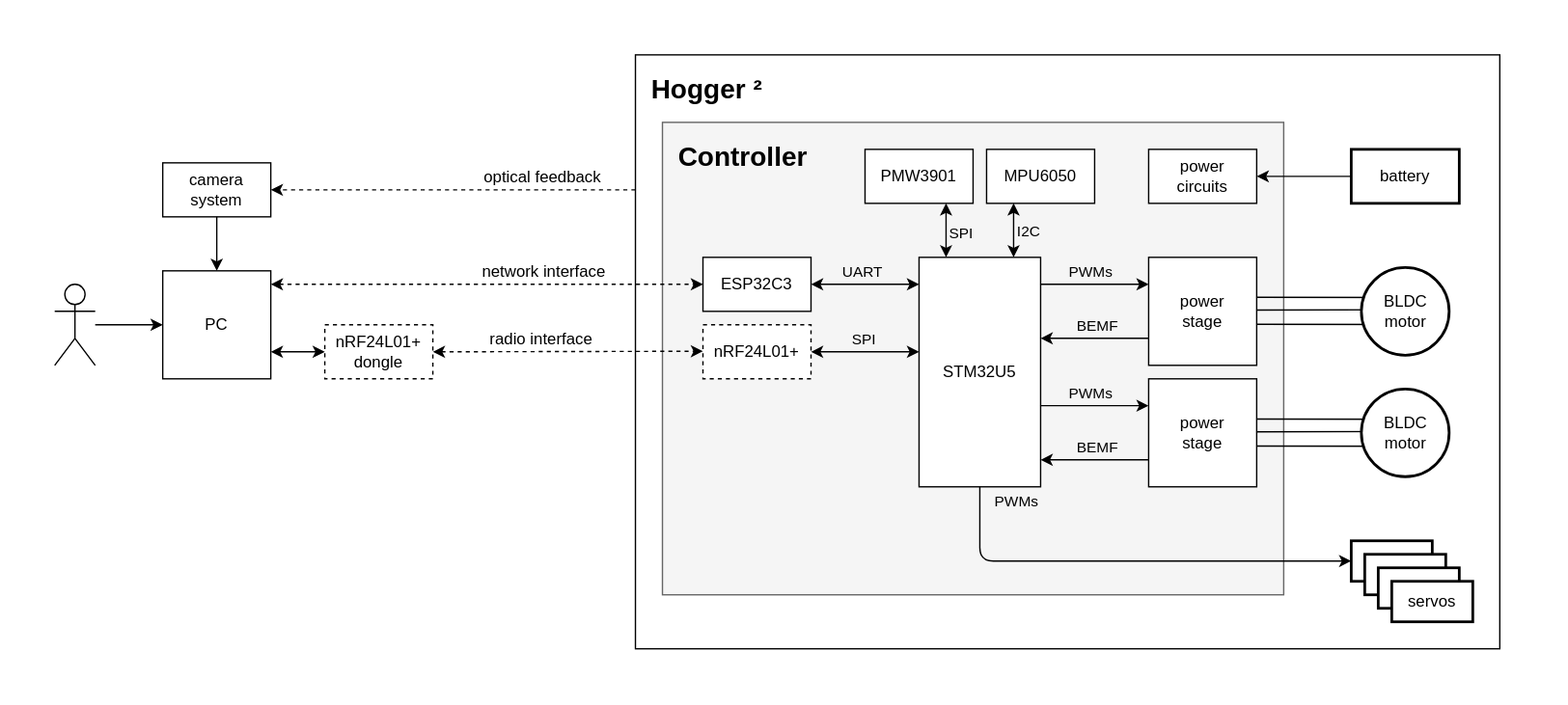
Above: architecture.drawio.svg in Eryk-Mozdzen/hogger2 (draw.io), before the change. Source tidied: cells renumbered, new cells last; positions are measured from the earlier drawing's top-left corner, leaving out a move shared by most shapes.
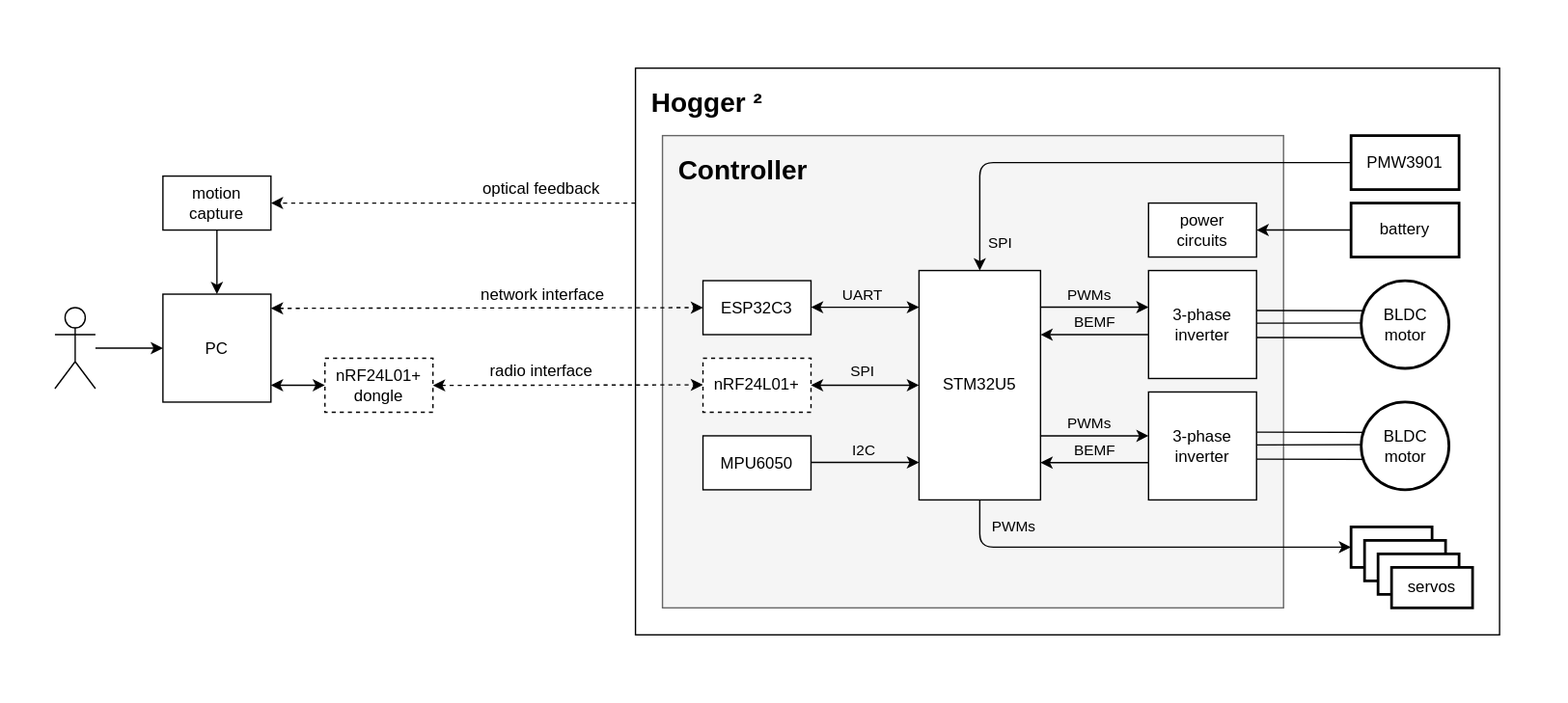
After the commit.

Diff of the diagram source:
```diff
@@ -3,10 +3,10 @@
     <mxCell id="0" />
     <mxCell id="1" parent="0" />
     <mxCell id="2" style="rounded=0;whiteSpace=wrap;html=1;strokeColor=none;" parent="1" vertex="1">
-      <mxGeometry width="1160" height="520" as="geometry" />
+      <mxGeometry y="-10" width="1160" height="520" as="geometry" />
     </mxCell>
     <mxCell id="3" style="rounded=0;whiteSpace=wrap;html=1;labelBackgroundColor=none;strokeWidth=1;fontSize=20;" parent="1" vertex="1">
-      <mxGeometry x="470" y="40" width="640" height="440" as="geometry" />
+      <mxGeometry x="470" y="40" width="640" height="420" as="geometry" />
     </mxCell>
     <mxCell id="4" style="rounded=0;whiteSpace=wrap;html=1;strokeWidth=1;fillColor=#f5f5f5;fontColor=#333333;strokeColor=#666666;" parent="1" vertex="1">
       <mxGeometry x="490" y="90" width="460" height="350" as="geometry" />
@@ -15,14 +15,15 @@
       <mxGeometry x="680" y="190" width="90" height="170" as="geometry" />
     </mxCell>
     <mxCell id="6" value="ESP32C3" style="rounded=0;whiteSpace=wrap;html=1;" parent="1" vertex="1">
-      <mxGeometry x="520" y="190" width="80" height="40" as="geometry" />
+      <mxGeometry x="520" y="197.5" width="80" height="40" as="geometry" />
     </mxCell>
     <mxCell id="7" value="nRF24L01+" style="rounded=0;whiteSpace=wrap;html=1;dashed=1;" parent="1" vertex="1">
-      <mxGeometry x="520" y="240" width="80" height="40" as="geometry" />
+      <mxGeometry x="520" y="255" width="80" height="40" as="geometry" />
     </mxCell>
-    <mxCell id="8" style="endArrow=classic;startArrow=classic;html=1;exitX=1;exitY=0.5;exitDx=0;exitDy=0;" parent="1" edge="1" source="6">
+    <mxCell id="8" style="endArrow=classic;startArrow=classic;html=1;" parent="1" edge="1">
       <mxGeometry relative="1" as="geometry">
-        <mxPoint x="680" y="210" as="targetPoint" />
+        <mxPoint x="600" y="217.2" as="sourcePoint" />
+        <mxPoint x="680" y="217.2" as="targetPoint" />
       </mxGeometry>
     </mxCell>
     <mxCell id="9" value="UART" style="edgeLabel;html=1;align=center;verticalAlign=middle;labelBackgroundColor=none;" parent="8" vertex="1">
@@ -30,10 +31,8 @@
         <mxPoint x="9" y="-9" as="offset" />
       </mxGeometry>
     </mxCell>
-    <mxCell id="10" style="endArrow=classic;startArrow=classic;html=1;exitX=1;exitY=0.5;exitDx=0;exitDy=0;" parent="1" edge="1" source="7">
-      <mxGeometry relative="1" as="geometry">
-        <mxPoint x="680" y="260" as="targetPoint" />
-      </mxGeometry>
+    <mxCell id="10" style="endArrow=classic;startArrow=classic;html=1;exitX=1;exitY=0.5;exitDx=0;exitDy=0;entryX=0;entryY=0.5;entryDx=0;entryDy=0;" parent="1" edge="1" source="7" target="5">
+      <mxGeometry relative="1" as="geometry" />
     </mxCell>
     <mxCell id="11" value="SPI" style="edgeLabel;html=1;align=center;verticalAlign=middle;labelBackgroundColor=none;" parent="10" vertex="1">
       <mxGeometry x="-0.27" relative="1" as="geometry">
@@ -41,17 +40,17 @@
       </mxGeometry>
     </mxCell>
     <mxCell id="12" style="shape=umlActor;verticalLabelPosition=bottom;verticalAlign=top;html=1;outlineConnect=0;" parent="1" vertex="1">
-      <mxGeometry x="40" y="210" width="30" height="60" as="geometry" />
+      <mxGeometry x="40" y="217.5" width="30" height="60" as="geometry" />
     </mxCell>
     <mxCell id="13" value="PC" style="rounded=0;whiteSpace=wrap;html=1;" parent="1" vertex="1">
-      <mxGeometry x="120" y="200" width="80" height="80" as="geometry" />
+      <mxGeometry x="120" y="207.5" width="80" height="80" as="geometry" />
     </mxCell>
     <mxCell id="14" style="endArrow=classic;startArrow=none;html=1;entryX=0;entryY=0.5;entryDx=0;entryDy=0;startFill=0;" parent="1" edge="1" source="12" target="13">
       <mxGeometry relative="1" as="geometry" />
     </mxCell>
     <mxCell id="15" style="endArrow=classic;startArrow=classic;html=1;dashed=1;entryX=0;entryY=0.5;entryDx=0;entryDy=0;" parent="1" edge="1" target="6">
       <mxGeometry relative="1" as="geometry">
-        <mxPoint x="200" y="210" as="sourcePoint" />
+        <mxPoint x="200" y="218" as="sourcePoint" />
       </mxGeometry>
     </mxCell>
     <mxCell id="16" value="network interface" style="edgeLabel;html=1;align=center;verticalAlign=middle;fontSize=12;" parent="15" vertex="1">
@@ -60,43 +59,44 @@
       </mxGeometry>
     </mxCell>
     <mxCell id="17" value="MPU6050" style="rounded=0;whiteSpace=wrap;html=1;" parent="1" vertex="1">
-      <mxGeometry x="730" y="110" width="80" height="40" as="geometry" />
+      <mxGeometry x="520" y="312.5" width="80" height="40" as="geometry" />
     </mxCell>
-    <mxCell id="18" value="PMW3901" style="rounded=0;whiteSpace=wrap;html=1;" parent="1" vertex="1">
-      <mxGeometry x="640" y="110" width="80" height="40" as="geometry" />
+    <mxCell id="18" value="PMW3901" style="rounded=0;whiteSpace=wrap;html=1;strokeWidth=2;" parent="1" vertex="1">
+      <mxGeometry x="1000" y="90" width="80" height="40" as="geometry" />
     </mxCell>
-    <mxCell id="19" style="endArrow=classic;startArrow=classic;html=1;" parent="1" edge="1">
+    <mxCell id="19" style="endArrow=none;startArrow=classic;html=1;exitX=0.5;exitY=0;exitDx=0;exitDy=0;entryX=0;entryY=0.5;entryDx=0;entryDy=0;startFill=1;endFill=0;" parent="1" edge="1" source="5" target="18">
       <mxGeometry relative="1" as="geometry">
-        <mxPoint x="700" y="190" as="sourcePoint" />
-        <mxPoint x="700" y="150" as="targetPoint" />
+        <Array as="points">
+          <mxPoint x="725" y="110" />
+        </Array>
       </mxGeometry>
     </mxCell>
     <mxCell id="20" value="SPI" style="edgeLabel;html=1;align=center;verticalAlign=middle;labelBackgroundColor=none;" parent="19" vertex="1">
       <mxGeometry x="-0.38" relative="1" as="geometry">
-        <mxPoint x="10" y="-7" as="offset" />
+        <mxPoint x="-15" y="60" as="offset" />
       </mxGeometry>
     </mxCell>
-    <mxCell id="21" style="endArrow=classic;startArrow=classic;html=1;" parent="1" edge="1">
+    <mxCell id="21" style="endArrow=classic;startArrow=none;html=1;endFill=1;startFill=0;" parent="1" edge="1">
       <mxGeometry relative="1" as="geometry">
-        <mxPoint x="750" y="190" as="sourcePoint" />
-        <mxPoint x="750" y="150" as="targetPoint" />
+        <mxPoint x="600" y="332.2" as="sourcePoint" />
+        <mxPoint x="680" y="332.2" as="targetPoint" />
       </mxGeometry>
     </mxCell>
     <mxCell id="22" value="I2C" style="edgeLabel;html=1;align=center;verticalAlign=middle;labelBackgroundColor=none;" parent="21" vertex="1">
       <mxGeometry x="-0.24" y="-1" relative="1" as="geometry">
-        <mxPoint x="9" y="-5" as="offset" />
+        <mxPoint x="9" y="-11" as="offset" />
       </mxGeometry>
     </mxCell>
-    <mxCell id="23" value="power&lt;br&gt;stage" style="rounded=0;whiteSpace=wrap;html=1;" parent="1" vertex="1">
+    <mxCell id="23" value="3-phase&lt;br&gt;inverter" style="rounded=0;whiteSpace=wrap;html=1;" parent="1" vertex="1">
       <mxGeometry x="850" y="190" width="80" height="80" as="geometry" />
     </mxCell>
-    <mxCell id="24" value="power&lt;br&gt;stage" style="rounded=0;whiteSpace=wrap;html=1;" parent="1" vertex="1">
+    <mxCell id="24" value="3-phase&lt;br style=&quot;border-color: var(--border-color);&quot;&gt;inverter" style="rounded=0;whiteSpace=wrap;html=1;" parent="1" vertex="1">
       <mxGeometry x="850" y="280" width="80" height="80" as="geometry" />
     </mxCell>
     <mxCell id="25" style="endArrow=classic;html=1;" parent="1" edge="1">
       <mxGeometry relative="1" as="geometry">
-        <mxPoint x="770" y="210" as="sourcePoint" />
-        <mxPoint x="850" y="210" as="targetPoint" />
+        <mxPoint x="770" y="217.2" as="sourcePoint" />
+        <mxPoint x="850" y="217.2" as="targetPoint" />
       </mxGeometry>
     </mxCell>
     <mxCell id="26" value="PWMs" style="edgeLabel;html=1;align=center;verticalAlign=middle;labelBackgroundColor=none;" parent="25" vertex="1">
@@ -106,8 +106,8 @@
     </mxCell>
     <mxCell id="27" style="endArrow=classic;html=1;" parent="1" edge="1">
       <mxGeometry relative="1" as="geometry">
-        <mxPoint x="850" y="250" as="sourcePoint" />
-        <mxPoint x="770" y="250" as="targetPoint" />
+        <mxPoint x="850" y="237.5" as="sourcePoint" />
+        <mxPoint x="770" y="237.5" as="targetPoint" />
       </mxGeometry>
     </mxCell>
     <mxCell id="28" value="BEMF" style="edgeLabel;html=1;align=center;verticalAlign=middle;labelBackgroundColor=none;" parent="27" vertex="1">
@@ -117,8 +117,8 @@
     </mxCell>
     <mxCell id="29" style="endArrow=classic;html=1;" parent="1" edge="1">
       <mxGeometry relative="1" as="geometry">
-        <mxPoint x="770" y="299.9" as="sourcePoint" />
-        <mxPoint x="850" y="299.9" as="targetPoint" />
+        <mxPoint x="770" y="312.5" as="sourcePoint" />
+        <mxPoint x="850" y="312.5" as="targetPoint" />
       </mxGeometry>
     </mxCell>
     <mxCell id="30" value="PWMs" style="edgeLabel;html=1;align=center;verticalAlign=middle;labelBackgroundColor=none;" parent="29" vertex="1">
@@ -128,8 +128,8 @@
     </mxCell>
     <mxCell id="31" style="endArrow=classic;html=1;" parent="1" edge="1">
       <mxGeometry relative="1" as="geometry">
-        <mxPoint x="850" y="340" as="sourcePoint" />
-        <mxPoint x="770" y="340" as="targetPoint" />
+        <mxPoint x="850" y="332.3" as="sourcePoint" />
+        <mxPoint x="770" y="332.3" as="targetPoint" />
       </mxGeometry>
     </mxCell>
     <mxCell id="32" value="BEMF" style="edgeLabel;html=1;align=center;verticalAlign=middle;labelBackgroundColor=none;" parent="31" vertex="1">
@@ -159,33 +159,33 @@
       <mxGeometry x="1007.5" y="197.5" width="65" height="65" as="geometry" />
     </mxCell>
     <mxCell id="37" style="rounded=0;whiteSpace=wrap;html=1;strokeWidth=2;" parent="1" vertex="1">
-      <mxGeometry x="1000" y="400" width="60" height="30" as="geometry" />
+      <mxGeometry x="1000" y="380" width="60" height="30" as="geometry" />
     </mxCell>
     <mxCell id="38" style="rounded=0;whiteSpace=wrap;html=1;strokeWidth=2;" parent="1" vertex="1">
-      <mxGeometry x="1010" y="410" width="60" height="30" as="geometry" />
+      <mxGeometry x="1010" y="390" width="60" height="30" as="geometry" />
     </mxCell>
     <mxCell id="39" style="rounded=0;whiteSpace=wrap;html=1;strokeWidth=2;" parent="1" vertex="1">
-      <mxGeometry x="1020" y="420" width="60" height="30" as="geometry" />
+      <mxGeometry x="1020" y="400" width="60" height="30" as="geometry" />
     </mxCell>
     <mxCell id="40" value="servos" style="rounded=0;whiteSpace=wrap;html=1;strokeWidth=2;" parent="1" vertex="1">
-      <mxGeometry x="1030" y="430" width="60" height="30" as="geometry" />
+      <mxGeometry x="1030" y="410" width="60" height="30" as="geometry" />
     </mxCell>
     <mxCell id="41" style="endArrow=classic;html=1;entryX=0;entryY=0.5;entryDx=0;entryDy=0;exitX=0.5;exitY=1;exitDx=0;exitDy=0;" parent="1" edge="1" source="5" target="37">
       <mxGeometry relative="1" as="geometry">
         <Array as="points">
-          <mxPoint x="725" y="415" />
+          <mxPoint x="725" y="395" />
         </Array>
       </mxGeometry>
     </mxCell>
     <mxCell id="42" value="PWMs" style="edgeLabel;html=1;align=center;verticalAlign=middle;labelBackgroundColor=none;" parent="41" vertex="1">
       <mxGeometry x="-0.48" y="2" relative="1" as="geometry">
-        <mxPoint x="-6" y="-43" as="offset" />
+        <mxPoint x="-21" y="-13" as="offset" />
       </mxGeometry>
     </mxCell>
     <mxCell id="43" style="endArrow=classic;startArrow=classic;html=1;dashed=1;entryX=0;entryY=0.5;entryDx=0;entryDy=0;" parent="1" edge="1">
       <mxGeometry relative="1" as="geometry">
-        <mxPoint x="320" y="260" as="sourcePoint" />
-        <mxPoint x="520" y="259.6" as="targetPoint" />
+        <mxPoint x="320" y="275.1" as="sourcePoint" />
+        <mxPoint x="520" y="274.7" as="targetPoint" />
       </mxGeometry>
     </mxCell>
     <mxCell id="44" value="radio interface" style="edgeLabel;html=1;align=center;verticalAlign=middle;fontSize=12;" parent="43" vertex="1">
@@ -197,10 +197,10 @@
       <mxGeometry x="500" y="100" width="110" height="30" as="geometry" />
     </mxCell>
     <mxCell id="46" value="power&lt;br&gt;circuits" style="rounded=0;whiteSpace=wrap;html=1;" parent="1" vertex="1">
-      <mxGeometry x="850" y="110" width="80" height="40" as="geometry" />
+      <mxGeometry x="850" y="140" width="80" height="40" as="geometry" />
     </mxCell>
     <mxCell id="47" value="battery" style="rounded=0;whiteSpace=wrap;html=1;strokeWidth=2;" parent="1" vertex="1">
-      <mxGeometry x="1000" y="110" width="80" height="40" as="geometry" />
+      <mxGeometry x="1000" y="140" width="80" height="40" as="geometry" />
     </mxCell>
     <mxCell id="48" style="endArrow=classic;html=1;fontSize=20;exitX=0;exitY=0.5;exitDx=0;exitDy=0;entryX=1;entryY=0.5;entryDx=0;entryDy=0;" parent="1" edge="1" source="47" target="46">
       <mxGeometry relative="1" as="geometry" />
@@ -208,7 +208,7 @@
     <mxCell id="49" value="&lt;b&gt;&lt;font style=&quot;font-size: 20px;&quot;&gt;Hogger&lt;/font&gt;&lt;/b&gt;&lt;span class=&quot;c1tjc3o4&quot;&gt;&lt;b&gt;&lt;font style=&quot;font-size: 20px;&quot;&gt;²&lt;/font&gt;&lt;/b&gt;&lt;/span&gt;" style="text;html=1;strokeColor=none;fillColor=none;align=left;verticalAlign=middle;whiteSpace=wrap;rounded=0;labelBackgroundColor=none;strokeWidth=1;" parent="1" vertex="1">
       <mxGeometry x="480" y="50" width="110" height="30" as="geometry" />
     </mxCell>
-    <mxCell id="50" value="camera&lt;br style=&quot;font-size: 12px;&quot;&gt;system" style="rounded=0;whiteSpace=wrap;html=1;labelBackgroundColor=none;strokeWidth=1;fontSize=12;" parent="1" vertex="1">
+    <mxCell id="50" value="motion&lt;br&gt;capture" style="rounded=0;whiteSpace=wrap;html=1;labelBackgroundColor=none;strokeWidth=1;fontSize=12;" parent="1" vertex="1">
       <mxGeometry x="120" y="120" width="80" height="40" as="geometry" />
     </mxCell>
     <mxCell id="51" style="endArrow=classic;html=1;fontSize=12;dashed=1;entryX=1;entryY=0.5;entryDx=0;entryDy=0;" parent="1" edge="1" target="50">
@@ -241,10 +241,12 @@
       <mxGeometry x="1007.5" y="287.5" width="65" height="65" as="geometry" />
     </mxCell>
     <mxCell id="57" value="nRF24L01+&lt;br&gt;dongle" style="rounded=0;whiteSpace=wrap;html=1;dashed=1;" parent="1" vertex="1">
-      <mxGeometry x="240" y="240" width="80" height="40" as="geometry" />
+      <mxGeometry x="240" y="255" width="80" height="40" as="geometry" />
     </mxCell>
-    <mxCell id="58" style="endArrow=classic;startArrow=classic;html=1;fontFamily=Helvetica;fontSize=12;fontColor=default;entryX=0;entryY=0.5;entryDx=0;entryDy=0;exitX=1;exitY=0.75;exitDx=0;exitDy=0;" parent="1" edge="1" source="13" target="57">
-      <mxGeometry relative="1" as="geometry" />
+    <mxCell id="58" style="endArrow=classic;startArrow=classic;html=1;fontFamily=Helvetica;fontSize=12;fontColor=default;entryX=0;entryY=0.5;entryDx=0;entryDy=0;" parent="1" edge="1" target="57">
+      <mxGeometry relative="1" as="geometry">
+        <mxPoint x="200" y="275" as="sourcePoint" />
+      </mxGeometry>
     </mxCell>
     <mxCell id="59" value="optical feedback" style="edgeLabel;html=1;align=center;verticalAlign=middle;fontSize=12;" parent="1" vertex="1">
       <mxGeometry x="400" y="130" as="geometry" />
```
